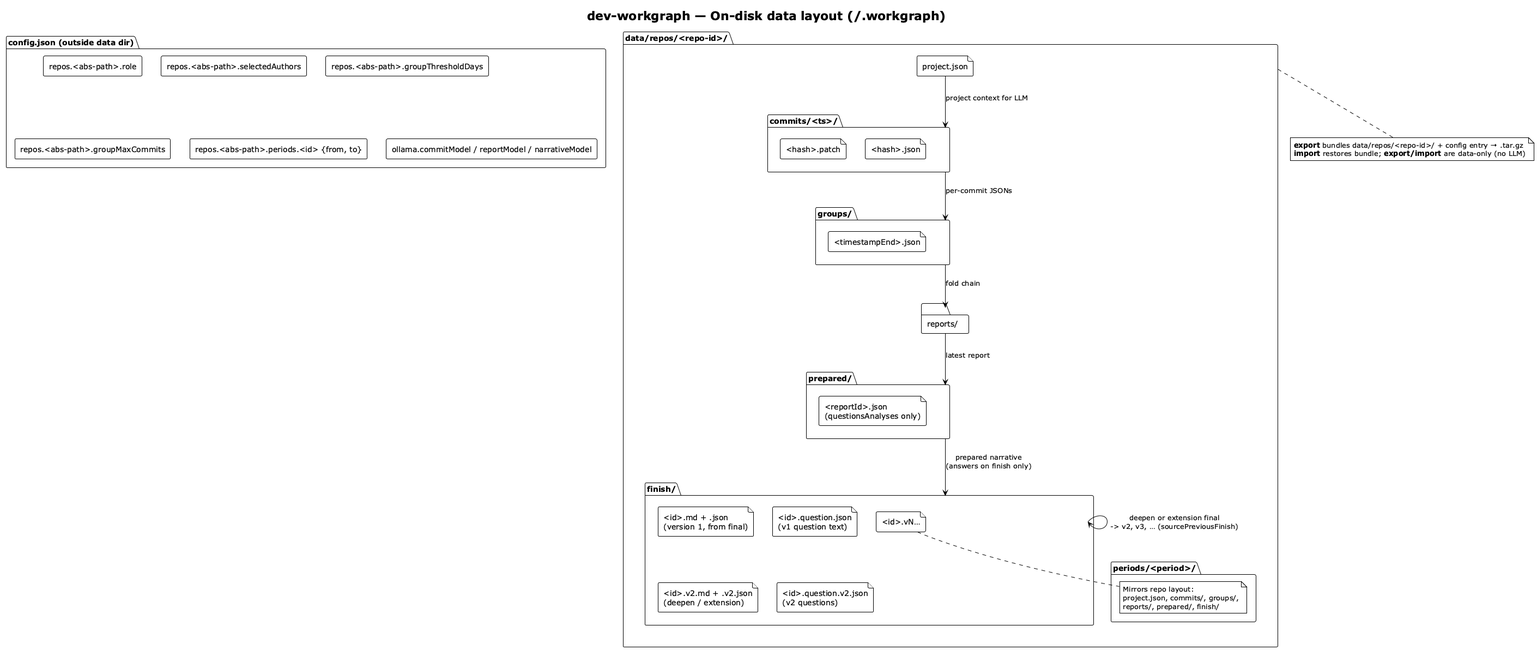
Before: img/dev-workgraph-data-layout.png, a diagram exported from PlantUML (vzakharchenko/dev-workgraph).
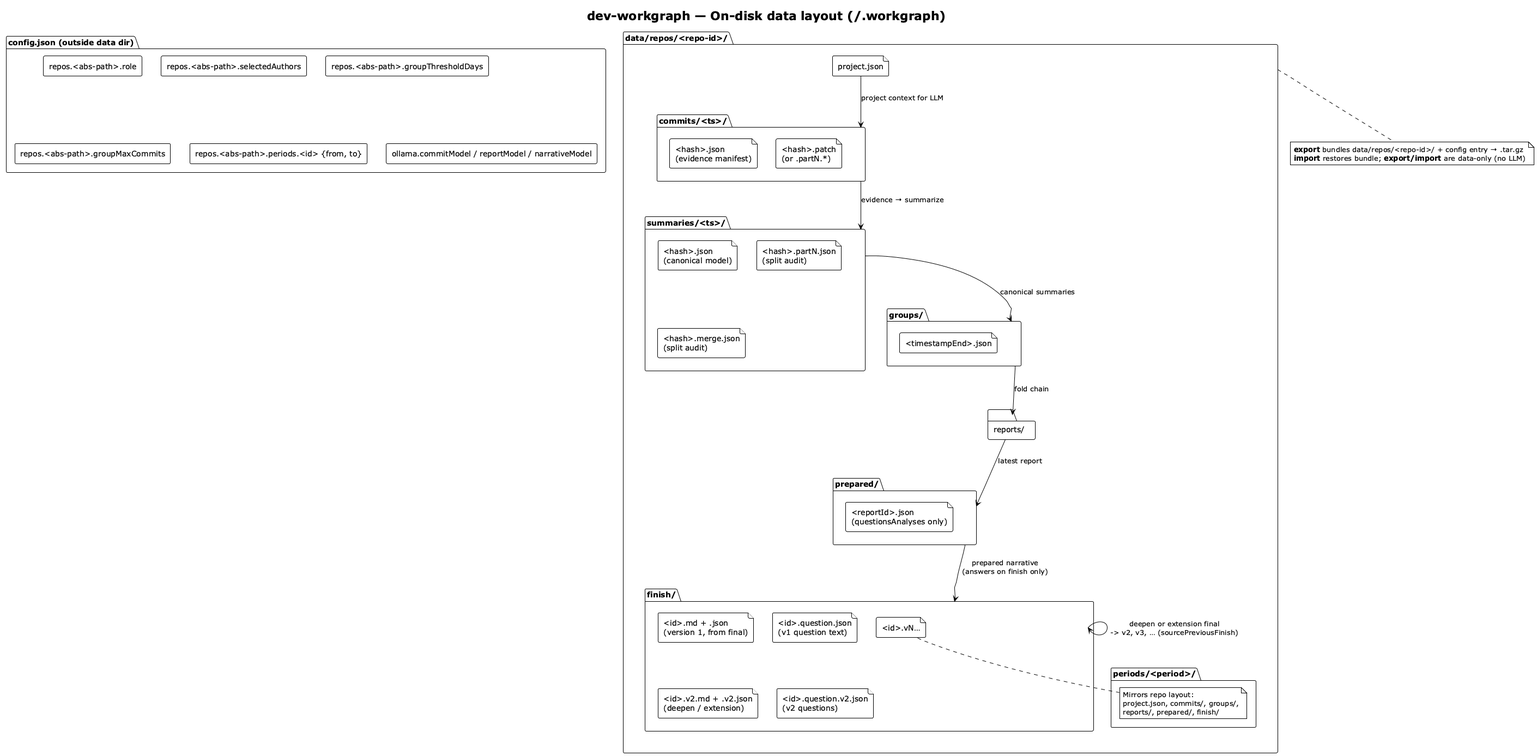
After the commit.

The edit, as a diff of the source:
```diff
@@ -17,8 +17,13 @@
 folder "data/repos/<repo-id>/" as REPO {
   file "project.json" as PJ
   folder "commits/<ts>/" as COMM {
-    file "<hash>.patch"
-    file "<hash>.json"
+    file "<hash>.json\n(evidence manifest)"
+    file "<hash>.patch\n(or .partN.*)"
+  }
+  folder "summaries/<ts>/" as SUMM {
+    file "<hash>.json\n(canonical model)"
+    file "<hash>.partN.json\n(split audit)"
+    file "<hash>.merge.json\n(split audit)"
   }
   folder "groups/" as GRP {
     file "<timestampEnd>.json"
@@ -46,7 +51,8 @@
 }
 
 PJ --> COMM : project context for LLM
-COMM --> GRP : per-commit JSONs
+COMM --> SUMM : evidence → summarize
+SUMM --> GRP : canonical summaries
 GRP --> RPT : fold chain
 RPT --> PREP : latest report
 PREP --> FIN : prepared narrative\n(answers on finish only)
```
